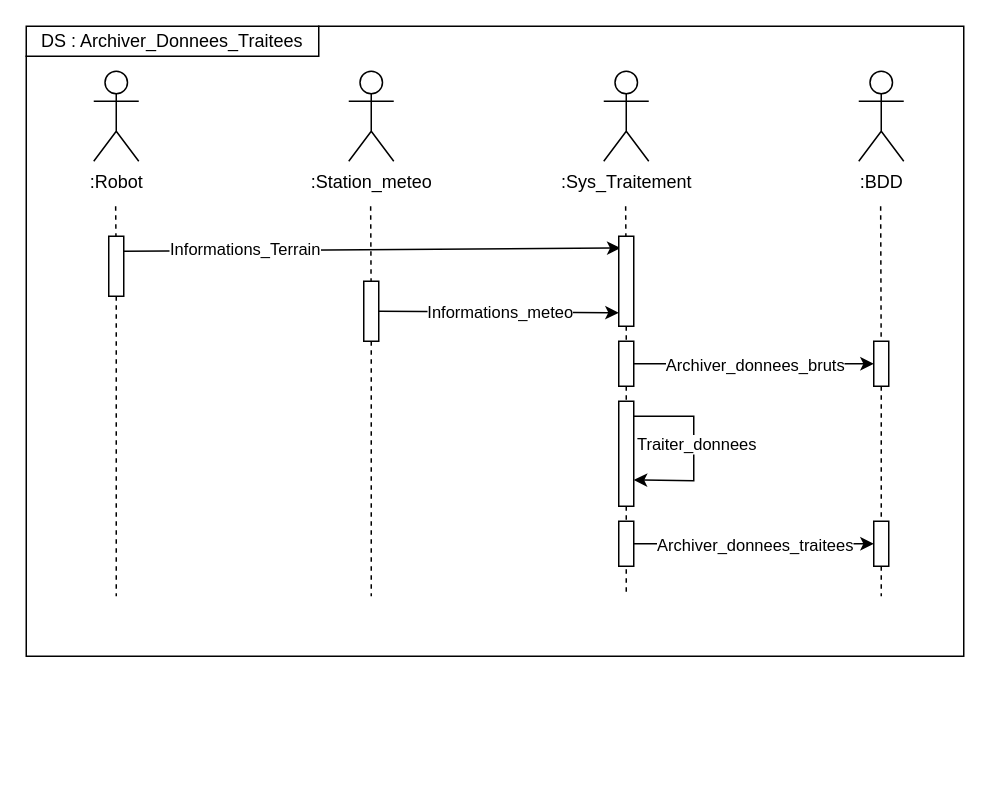
Above: SYSML/D-Sequence_Archiver_donnees_traitees-F1.drawio in ToGen49/Hippodrome (draw.io), before the change. Source tidied: cells renumbered, new cells numbered last; positions are measured from the earlier drawing's top-left corner, leaving out a move shared by most shapes. Both pictures are drawn from the tidied source at 150%, with x=0, y=0 at pixel (26, 26).
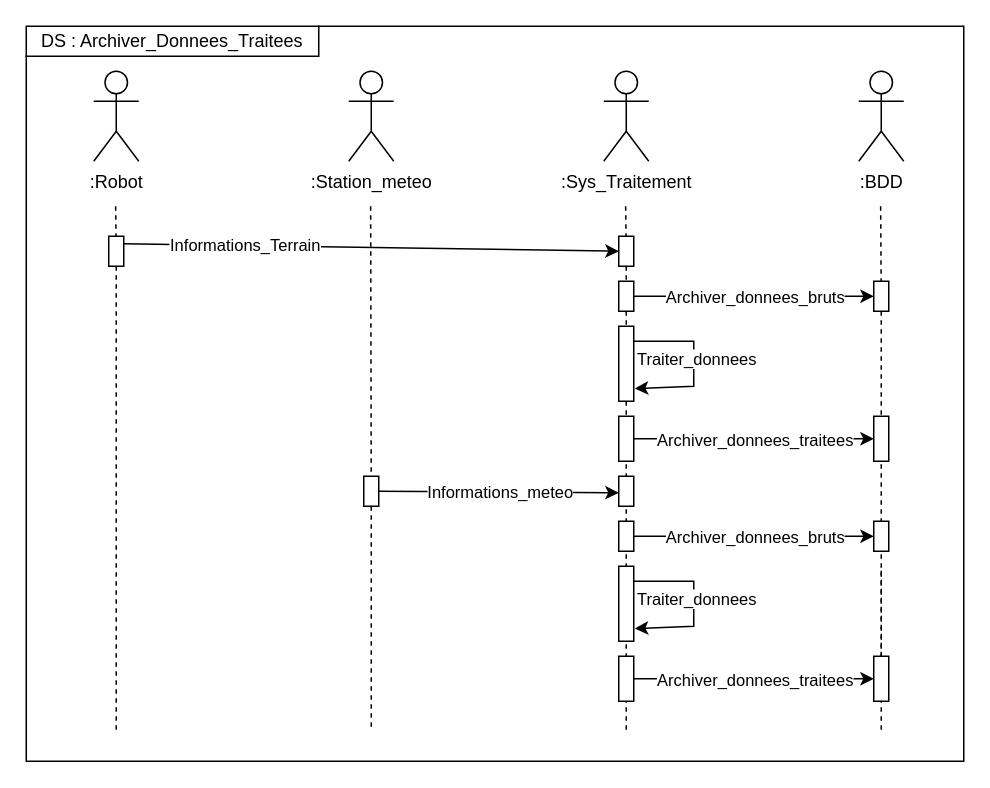
After the change.

Commit message:
Mettre à jour D-Sequence_Archiver_donnees_traitees-F1.drawio

Diff of the diagram source:
```diff
@@
     <mxCell id="2" style="rounded=0;whiteSpace=wrap;html=1;" parent="1" vertex="1">
-      <mxGeometry width="625" height="420" as="geometry" />
+      <mxGeometry width="625" height="490" as="geometry" />
     </mxCell>
@@
     <mxCell id="7" style="endArrow=none;dashed=1;html=1;rounded=0;" parent="1" edge="1" source="12">
       <mxGeometry relative="1" as="geometry">
-        <mxPoint x="60" y="380" as="targetPoint" />
+        <mxPoint x="60" y="470" as="targetPoint" />
       </mxGeometry>
     </mxCell>
-    <mxCell id="8" style="endArrow=none;dashed=1;html=1;rounded=0;" parent="1" edge="1" source="24">
+    <mxCell id="8" style="endArrow=none;dashed=1;html=1;rounded=0;" parent="1" edge="1" source="28">
       <mxGeometry relative="1" as="geometry">
-        <mxPoint x="570" y="380" as="targetPoint" />
+        <mxPoint x="570" y="360" as="targetPoint" />
       </mxGeometry>
     </mxCell>
     <mxCell id="9" style="endArrow=none;dashed=1;html=1;rounded=0;" parent="1" edge="1" source="32">
       <mxGeometry relative="1" as="geometry">
-        <mxPoint x="400" y="380" as="targetPoint" />
+        <mxPoint x="400" y="470" as="targetPoint" />
       </mxGeometry>
     </mxCell>
     <mxCell id="10" style="endArrow=none;dashed=1;html=1;rounded=0;" parent="1" edge="1" source="18">
       <mxGeometry relative="1" as="geometry">
-        <mxPoint x="230" y="380" as="targetPoint" />
+        <mxPoint x="230" y="470" as="targetPoint" />
       </mxGeometry>
     </mxCell>
@@
     <mxCell id="12" style="rounded=0;whiteSpace=wrap;html=1;" parent="1" vertex="1">
-      <mxGeometry x="55" y="140" width="10" height="40" as="geometry" />
+      <mxGeometry x="55" y="140" width="10" height="20" as="geometry" />
     </mxCell>
-    <mxCell id="13" style="endArrow=classic;html=1;rounded=0;exitX=1;exitY=0.25;exitDx=0;exitDy=0;entryX=0.117;entryY=0.131;entryDx=0;entryDy=0;entryPerimeter=0;" parent="1" edge="1" source="12" target="16">
+    <mxCell id="13" style="endArrow=classic;html=1;rounded=0;exitX=1;exitY=0.25;exitDx=0;exitDy=0;entryX=0;entryY=0.5;entryDx=0;entryDy=0;" parent="1" edge="1" source="12" target="16">
       <mxGeometry relative="1" as="geometry" />
     </mxCell>
@@
     <mxCell id="16" style="rounded=0;whiteSpace=wrap;html=1;" parent="1" vertex="1">
-      <mxGeometry x="395" y="140" width="10" height="60" as="geometry" />
+      <mxGeometry x="395" y="140" width="10" height="20" as="geometry" />
     </mxCell>
@@
     <mxCell id="18" style="rounded=0;whiteSpace=wrap;html=1;" parent="1" vertex="1">
-      <mxGeometry x="225" y="170" width="10" height="40" as="geometry" />
+      <mxGeometry x="225" y="300" width="10" height="20" as="geometry" />
     </mxCell>
     <mxCell id="19" style="endArrow=classic;html=1;rounded=0;exitX=1;exitY=0.5;exitDx=0;exitDy=0;" parent="1" edge="1" source="18">
       <mxGeometry relative="1" as="geometry">
-        <mxPoint x="395" y="191" as="targetPoint" />
+        <mxPoint x="395" y="311" as="targetPoint" />
       </mxGeometry>
     </mxCell>
@@
     <mxCell id="22" style="rounded=0;whiteSpace=wrap;html=1;" parent="1" vertex="1">
-      <mxGeometry x="395" y="210" width="10" height="30" as="geometry" />
+      <mxGeometry x="395" y="170" width="10" height="20" as="geometry" />
     </mxCell>
@@
     <mxCell id="24" style="rounded=0;whiteSpace=wrap;html=1;" parent="1" vertex="1">
-      <mxGeometry x="565" y="210" width="10" height="30" as="geometry" />
+      <mxGeometry x="565" y="170" width="10" height="20" as="geometry" />
     </mxCell>
@@
     <mxCell id="27" style="rounded=0;whiteSpace=wrap;html=1;" parent="1" vertex="1">
-      <mxGeometry x="395" y="330" width="10" height="30" as="geometry" />
+      <mxGeometry x="395" y="420" width="10" height="30" as="geometry" />
     </mxCell>
-    <mxCell id="28" style="rounded=0;whiteSpace=wrap;html=1;" parent="1" vertex="1">
-      <mxGeometry x="565" y="330" width="10" height="30" as="geometry" />
-    </mxCell>
@@
     <mxCell id="32" style="rounded=0;whiteSpace=wrap;html=1;" parent="1" vertex="1">
-      <mxGeometry x="395" y="250" width="10" height="70" as="geometry" />
+      <mxGeometry x="395" y="200" width="10" height="50" as="geometry" />
     </mxCell>
-    <mxCell id="33" style="endArrow=classic;html=1;rounded=0;exitX=1;exitY=0.5;exitDx=0;exitDy=0;entryX=1;entryY=0.75;entryDx=0;entryDy=0;" parent="1" edge="1" target="32">
+    <mxCell id="33" style="endArrow=classic;html=1;rounded=0;exitX=1;exitY=0.5;exitDx=0;exitDy=0;entryX=1.071;entryY=0.831;entryDx=0;entryDy=0;entryPerimeter=0;" parent="1" edge="1" target="32">
       <mxGeometry relative="1" as="geometry">
-        <mxPoint x="405" y="260" as="sourcePoint" />
+        <mxPoint x="405" y="210" as="sourcePoint" />
         <Array as="points">
-          <mxPoint x="445" y="260" />
-          <mxPoint x="445" y="303" />
+          <mxPoint x="445" y="210" />
+          <mxPoint x="445" y="240" />
         </Array>
       </mxGeometry>
     </mxCell>
@@
+    <mxCell id="36" style="rounded=0;whiteSpace=wrap;html=1;" parent="1" vertex="1">
+      <mxGeometry x="395" y="300" width="10" height="20" as="geometry" />
+    </mxCell>
+    <mxCell id="37" style="rounded=0;whiteSpace=wrap;html=1;" parent="1" vertex="1">
+      <mxGeometry x="395" y="360" width="10" height="50" as="geometry" />
+    </mxCell>
+    <mxCell id="38" style="endArrow=classic;html=1;rounded=0;exitX=1;exitY=0.5;exitDx=0;exitDy=0;entryX=1.071;entryY=0.831;entryDx=0;entryDy=0;entryPerimeter=0;" parent="1" edge="1" target="37">
+      <mxGeometry relative="1" as="geometry">
+        <mxPoint x="405" y="370" as="sourcePoint" />
+        <Array as="points">
+          <mxPoint x="445" y="370" />
+          <mxPoint x="445" y="400" />
+        </Array>
+      </mxGeometry>
+    </mxCell>
+    <mxCell id="39" value="Traiter_donnees" style="edgeLabel;html=1;align=center;verticalAlign=middle;" parent="38" vertex="1">
+      <mxGeometry x="-0.06" y="1" relative="1" as="geometry" />
+    </mxCell>
+    <mxCell id="40" style="endArrow=none;dashed=1;html=1;rounded=0;" parent="1" edge="1" source="24">
+      <mxGeometry relative="1" as="geometry">
+        <mxPoint x="570" y="470" as="targetPoint" />
+      </mxGeometry>
+    </mxCell>
+    <mxCell id="28" style="rounded=0;whiteSpace=wrap;html=1;" parent="1" vertex="1">
+      <mxGeometry x="565" y="420" width="10" height="30" as="geometry" />
+    </mxCell>
+    <mxCell id="41" style="rounded=0;whiteSpace=wrap;html=1;" parent="1" vertex="1">
+      <mxGeometry x="395" y="260" width="10" height="30" as="geometry" />
+    </mxCell>
+    <mxCell id="42" style="endArrow=classic;html=1;rounded=0;exitX=1;exitY=0.5;exitDx=0;exitDy=0;entryX=0;entryY=0.5;entryDx=0;entryDy=0;" parent="1" edge="1" source="41" target="44">
+      <mxGeometry relative="1" as="geometry" />
+    </mxCell>
+    <mxCell id="43" value="Archiver_donnees_traitees" style="edgeLabel;html=1;align=center;verticalAlign=middle;" parent="42" vertex="1">
+      <mxGeometry x="0.09" relative="1" as="geometry">
+        <mxPoint x="-7" as="offset" />
+      </mxGeometry>
+    </mxCell>
+    <mxCell id="44" style="rounded=0;whiteSpace=wrap;html=1;" parent="1" vertex="1">
+      <mxGeometry x="565" y="260" width="10" height="30" as="geometry" />
+    </mxCell>
+    <mxCell id="45" style="rounded=0;whiteSpace=wrap;html=1;" parent="1" vertex="1">
+      <mxGeometry x="395" y="330" width="10" height="20" as="geometry" />
+    </mxCell>
+    <mxCell id="46" style="rounded=0;whiteSpace=wrap;html=1;" parent="1" vertex="1">
+      <mxGeometry x="565" y="330" width="10" height="20" as="geometry" />
+    </mxCell>
+    <mxCell id="47" style="endArrow=classic;html=1;rounded=0;exitX=1;exitY=0.5;exitDx=0;exitDy=0;entryX=0;entryY=0.5;entryDx=0;entryDy=0;" parent="1" edge="1" source="45" target="46">
+      <mxGeometry relative="1" as="geometry" />
+    </mxCell>
+    <mxCell id="48" value="Archiver_donnees_bruts" style="edgeLabel;html=1;align=center;verticalAlign=middle;" parent="47" vertex="1">
+      <mxGeometry x="0.09" relative="1" as="geometry">
+        <mxPoint x="-7" as="offset" />
+      </mxGeometry>
+    </mxCell>
```
